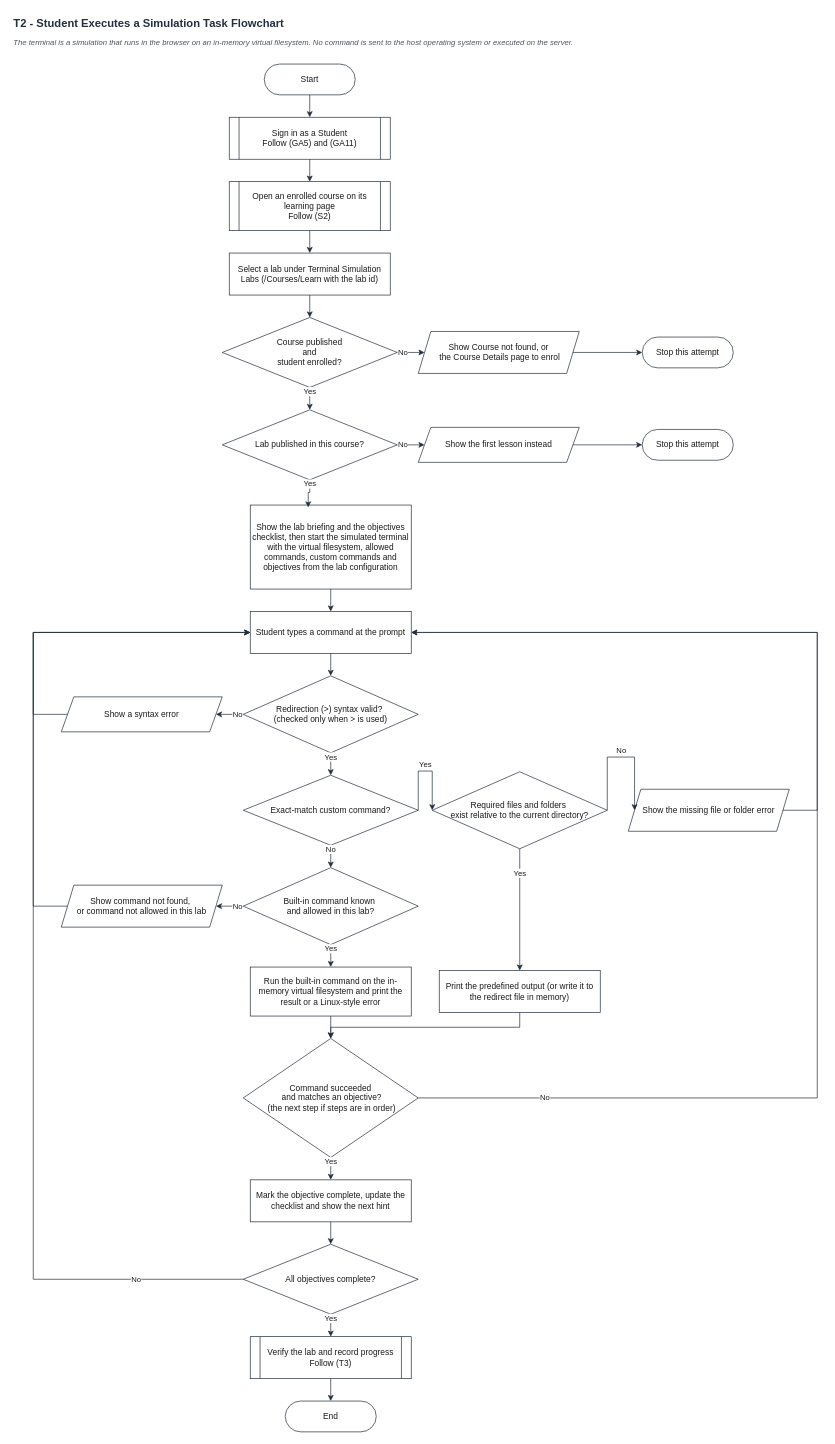
Above: UML DIAGRAMS/HackAcad_Terminal_Flowcharts/HackAcad_T2_Student_Execute_Simulation.drawio in pikaitoh/HackAcad.Web (draw.io), before the change. Source tidied: cells renumbered, new cells numbered last; positions are measured from the earlier drawing's top-left corner, leaving out a move shared by most shapes. Both pictures are drawn from the tidied source at 70%, with x=0, y=0 at pixel (12, 12).
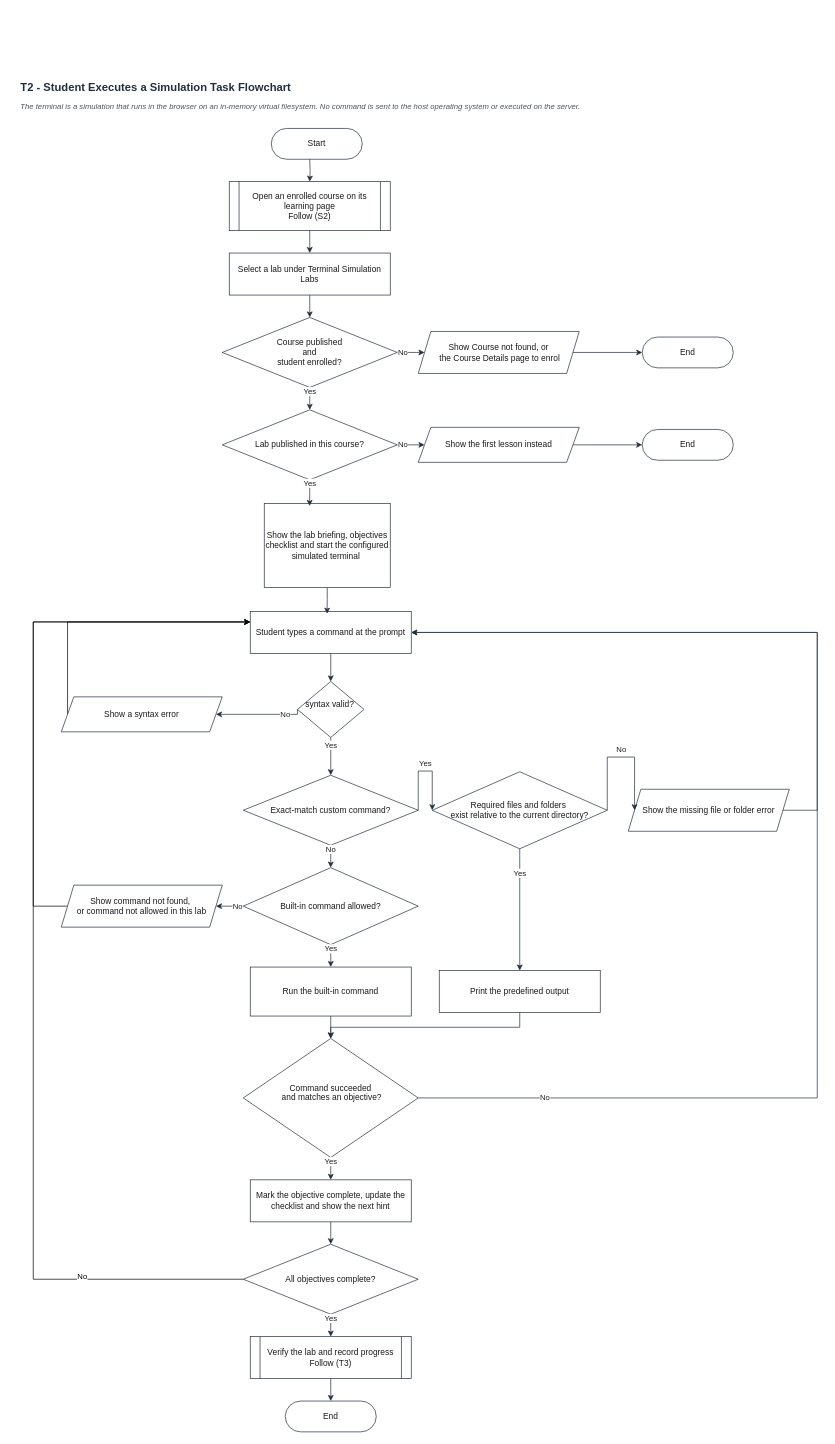
The same page after the edit.

Commit message (it also covers changes not shown here):
simplified workflow for terminal module

The change refers to these unchanged cells:
```xml
<mxCell id="6" value="Open an enrolled course on its learning page&lt;br&gt;Follow (S2)" style="shape=process;backgroundOutline=1;size=0.06;whiteSpace=wrap;html=1;fontFamily=Helvetica;fontSize=12;fontColor=#1A1A1A;strokeColor=#232F3E;fillColor=#FFFFFF;strokeWidth=1;" parent="1" vertex="1">
  <mxGeometry x="310" y="242" width="230" height="70" as="geometry" />
</mxCell>
<mxCell id="15" value="Student types a command at the prompt" style="rounded=0;whiteSpace=wrap;html=1;fontFamily=Helvetica;fontSize=12;fontColor=#1A1A1A;strokeColor=#232F3E;fillColor=#FFFFFF;strokeWidth=1;" parent="1" vertex="1">
  <mxGeometry x="340" y="856" width="230" height="60" as="geometry" />
</mxCell>
<mxCell id="17" value="Show a syntax error" style="shape=parallelogram;perimeter=parallelogramPerimeter;fixedSize=1;size=18;whiteSpace=wrap;html=1;fontFamily=Helvetica;fontSize=12;fontColor=#1A1A1A;strokeColor=#232F3E;fillColor=#FFFFFF;strokeWidth=1;" parent="1" vertex="1">
  <mxGeometry x="70" y="978" width="230" height="50" as="geometry" />
</mxCell>
<mxCell id="22" value="&lt;div&gt;Show command not found,&amp;nbsp;&lt;/div&gt;&lt;div&gt;or command not allowed in this lab&lt;/div&gt;" style="shape=parallelogram;perimeter=parallelogramPerimeter;fixedSize=1;size=18;whiteSpace=wrap;html=1;fontFamily=Helvetica;fontSize=12;fontColor=#1A1A1A;strokeColor=#232F3E;fillColor=#FFFFFF;strokeWidth=1;" parent="1" vertex="1">
  <mxGeometry x="70" y="1247" width="230" height="60" as="geometry" />
</mxCell>
<mxCell id="27" value="All objectives complete?" style="rhombus;whiteSpace=wrap;html=1;fontFamily=Helvetica;fontSize=12;fontColor=#1A1A1A;strokeColor=#232F3E;fillColor=#FFFFFF;strokeWidth=1;" parent="1" vertex="1">
  <mxGeometry x="330" y="1760" width="250" height="100" as="geometry" />
</mxCell>
```

The edit, as a diff of the source:
```diff
@@
     <mxCell id="2" value="T2 - Student Executes a Simulation Task Flowchart" style="text;html=1;align=left;verticalAlign=middle;whiteSpace=wrap;fontFamily=Helvetica;fontSize=16;fontStyle=1;fontColor=#232F3E;strokeColor=none;fillColor=none;" parent="1" vertex="1">
-      <mxGeometry width="1120" height="30" as="geometry" />
+      <mxGeometry x="10" y="92" width="1120" height="30" as="geometry" />
     </mxCell>
     <mxCell id="3" value="The terminal is a simulation that runs in the browser on an in-memory virtual filesystem. No command is sent to the host operating system or executed on the server." style="text;html=1;align=left;verticalAlign=top;whiteSpace=wrap;fontFamily=Helvetica;fontSize=11;fontStyle=2;fontColor=#4B5563;strokeColor=none;fillColor=none;" parent="1" vertex="1">
-      <mxGeometry y="30" width="1120" height="30" as="geometry" />
+      <mxGeometry x="10" y="122" width="1120" height="30" as="geometry" />
     </mxCell>
     <mxCell id="4" value="Start" style="rounded=1;arcSize=50;whiteSpace=wrap;html=1;fontFamily=Helvetica;fontSize=12;fontColor=#1A1A1A;strokeColor=#232F3E;fillColor=#FFFFFF;strokeWidth=1;" parent="1" vertex="1">
-      <mxGeometry x="360" y="74" width="130" height="44" as="geometry" />
+      <mxGeometry x="370" y="166" width="130" height="44" as="geometry" />
     </mxCell>
-    <mxCell id="5" value="Sign in as a Student&lt;br&gt;Follow (GA5) and (GA11)" style="shape=process;backgroundOutline=1;size=0.06;whiteSpace=wrap;html=1;fontFamily=Helvetica;fontSize=12;fontColor=#1A1A1A;strokeColor=#232F3E;fillColor=#FFFFFF;strokeWidth=1;" parent="1" vertex="1">
-      <mxGeometry x="310" y="150" width="230" height="60" as="geometry" />
-    </mxCell>
@@
-    <mxCell id="7" value="Select a lab under Terminal Simulation Labs (/Courses/Learn with the lab id)" style="rounded=0;whiteSpace=wrap;html=1;fontFamily=Helvetica;fontSize=12;fontColor=#1A1A1A;strokeColor=#232F3E;fillColor=#FFFFFF;strokeWidth=1;" parent="1" vertex="1">
+    <mxCell id="7" value="Select a lab under Terminal Simulation Labs" style="rounded=0;whiteSpace=wrap;html=1;fontFamily=Helvetica;fontSize=12;fontColor=#1A1A1A;strokeColor=#232F3E;fillColor=#FFFFFF;strokeWidth=1;" parent="1" vertex="1">
       <mxGeometry x="310" y="344" width="230" height="60" as="geometry" />
     </mxCell>
@@
-    <mxCell id="10" value="Stop this attempt" style="rounded=1;arcSize=50;whiteSpace=wrap;html=1;fontFamily=Helvetica;fontSize=12;fontColor=#1A1A1A;strokeColor=#232F3E;fillColor=#FFFFFF;strokeWidth=1;" parent="1" vertex="1">
+    <mxCell id="10" value="End" style="rounded=1;arcSize=50;whiteSpace=wrap;html=1;fontFamily=Helvetica;fontSize=12;fontColor=#1A1A1A;strokeColor=#232F3E;fillColor=#FFFFFF;strokeWidth=1;" parent="1" vertex="1">
       <mxGeometry x="900" y="464" width="130" height="44" as="geometry" />
     </mxCell>
@@
-    <mxCell id="13" value="Stop this attempt" style="rounded=1;arcSize=50;whiteSpace=wrap;html=1;fontFamily=Helvetica;fontSize=12;fontColor=#1A1A1A;strokeColor=#232F3E;fillColor=#FFFFFF;strokeWidth=1;" parent="1" vertex="1">
+    <mxCell id="13" value="End" style="rounded=1;arcSize=50;whiteSpace=wrap;html=1;fontFamily=Helvetica;fontSize=12;fontColor=#1A1A1A;strokeColor=#232F3E;fillColor=#FFFFFF;strokeWidth=1;" parent="1" vertex="1">
       <mxGeometry x="900" y="596" width="130" height="44" as="geometry" />
     </mxCell>
-    <mxCell id="14" value="Show the lab briefing and the objectives checklist, then start the simulated terminal with the virtual filesystem, allowed commands, custom commands and objectives from the lab configuration" style="rounded=0;whiteSpace=wrap;html=1;fontFamily=Helvetica;fontSize=12;fontColor=#1A1A1A;strokeColor=#232F3E;fillColor=#FFFFFF;strokeWidth=1;" parent="1" vertex="1">
-      <mxGeometry x="340" y="704" width="230" height="120" as="geometry" />
+    <mxCell id="14" value="Show the lab briefing, objectives checklist and start the configured simulated terminal&amp;nbsp;" style="rounded=0;whiteSpace=wrap;html=1;fontFamily=Helvetica;fontSize=12;fontColor=#1A1A1A;strokeColor=#232F3E;fillColor=#FFFFFF;strokeWidth=1;" parent="1" vertex="1">
+      <mxGeometry x="360" y="702" width="180" height="120" as="geometry" />
     </mxCell>
@@
-    <mxCell id="16" value="&lt;div&gt;Redirection (&amp;gt;) syntax valid?&amp;nbsp;&lt;/div&gt;&lt;div&gt;(checked only when &amp;gt; is used)&lt;/div&gt;" style="rhombus;whiteSpace=wrap;html=1;fontFamily=Helvetica;fontSize=12;fontColor=#1A1A1A;strokeColor=#232F3E;fillColor=#FFFFFF;strokeWidth=1;" parent="1" vertex="1">
-      <mxGeometry x="330" y="948" width="250" height="110" as="geometry" />
+    <mxCell id="16" value="&lt;div&gt;syntax valid?&amp;nbsp;&lt;/div&gt;&lt;div&gt;&lt;br&gt;&lt;/div&gt;" style="rhombus;whiteSpace=wrap;html=1;fontFamily=Helvetica;fontSize=12;fontColor=#1A1A1A;strokeColor=#232F3E;fillColor=#FFFFFF;strokeWidth=1;" parent="1" vertex="1">
+      <mxGeometry x="407.5" y="956" width="95" height="80" as="geometry" />
     </mxCell>
+    <mxCell id="43" style="edgeStyle=orthogonalEdgeStyle;rounded=0;jettySize=auto;html=1;exitX=0;exitY=0.5;exitDx=0;exitDy=0;entryX=0;entryY=0.25;entryDx=0;entryDy=0;defaultLabelBackgroundColor=page;" parent="1" edge="1" source="17" target="15">
+      <mxGeometry relative="1" as="geometry">
+        <Array as="points">
+          <mxPoint x="79" y="871" />
+        </Array>
+      </mxGeometry>
+    </mxCell>
@@
-    <mxCell id="21" value="&lt;div&gt;Built-in command known&amp;nbsp;&lt;/div&gt;&lt;div&gt;and allowed in this lab?&lt;/div&gt;" style="rhombus;whiteSpace=wrap;html=1;fontFamily=Helvetica;fontSize=12;fontColor=#1A1A1A;strokeColor=#232F3E;fillColor=#FFFFFF;strokeWidth=1;" parent="1" vertex="1">
+    <mxCell id="21" value="&lt;div&gt;Built-in command allowed?&lt;/div&gt;" style="rhombus;whiteSpace=wrap;html=1;fontFamily=Helvetica;fontSize=12;fontColor=#1A1A1A;strokeColor=#232F3E;fillColor=#FFFFFF;strokeWidth=1;" parent="1" vertex="1">
       <mxGeometry x="330" y="1222" width="250" height="110" as="geometry" />
     </mxCell>
+    <mxCell id="51" style="edgeStyle=orthogonalEdgeStyle;rounded=0;jettySize=auto;html=1;exitX=0;exitY=0.5;exitDx=0;exitDy=0;entryX=0;entryY=0.25;entryDx=0;entryDy=0;defaultLabelBackgroundColor=page;" parent="1" edge="1" source="22" target="15">
+      <mxGeometry relative="1" as="geometry">
+        <Array as="points">
+          <mxPoint x="30" y="1277" />
+          <mxPoint x="30" y="871" />
+        </Array>
+      </mxGeometry>
+    </mxCell>
@@
-    <mxCell id="23" value="Run the built-in command on the in-memory virtual filesystem and print the result or a Linux-style error" style="rounded=0;whiteSpace=wrap;html=1;fontFamily=Helvetica;fontSize=12;fontColor=#1A1A1A;strokeColor=#232F3E;fillColor=#FFFFFF;strokeWidth=1;" parent="1" vertex="1">
+    <mxCell id="23" value="Run the built-in command" style="rounded=0;whiteSpace=wrap;html=1;fontFamily=Helvetica;fontSize=12;fontColor=#1A1A1A;strokeColor=#232F3E;fillColor=#FFFFFF;strokeWidth=1;" parent="1" vertex="1">
       <mxGeometry x="340" y="1364" width="230" height="70" as="geometry" />
     </mxCell>
-    <mxCell id="24" value="Print the predefined output (or write it to the redirect file in memory)" style="rounded=0;whiteSpace=wrap;html=1;fontFamily=Helvetica;fontSize=12;fontColor=#1A1A1A;strokeColor=#232F3E;fillColor=#FFFFFF;strokeWidth=1;" parent="1" vertex="1">
+    <mxCell id="24" value="Print the predefined output" style="rounded=0;whiteSpace=wrap;html=1;fontFamily=Helvetica;fontSize=12;fontColor=#1A1A1A;strokeColor=#232F3E;fillColor=#FFFFFF;strokeWidth=1;" parent="1" vertex="1">
       <mxGeometry x="610" y="1369" width="230" height="60" as="geometry" />
     </mxCell>
-    <mxCell id="25" value="&lt;div&gt;Command succeeded&lt;/div&gt;&lt;div&gt;&amp;nbsp;and matches an objective?&lt;/div&gt;&lt;div&gt;&amp;nbsp;(the next step if steps are in order)&lt;/div&gt;" style="rhombus;whiteSpace=wrap;html=1;fontFamily=Helvetica;fontSize=12;fontColor=#1A1A1A;strokeColor=#232F3E;fillColor=#FFFFFF;strokeWidth=1;" parent="1" vertex="1">
+    <mxCell id="25" value="&lt;div&gt;Command succeeded&lt;/div&gt;&lt;div&gt;&amp;nbsp;and matches an objective?&lt;/div&gt;&lt;div&gt;&lt;br&gt;&lt;/div&gt;" style="rhombus;whiteSpace=wrap;html=1;fontFamily=Helvetica;fontSize=12;fontColor=#1A1A1A;strokeColor=#232F3E;fillColor=#FFFFFF;strokeWidth=1;" parent="1" vertex="1">
       <mxGeometry x="330" y="1466" width="250" height="170" as="geometry" />
     </mxCell>
@@
+    <mxCell id="61" style="edgeStyle=orthogonalEdgeStyle;rounded=0;jettySize=auto;html=1;exitX=0;exitY=0.5;exitDx=0;exitDy=0;entryX=0;entryY=0.25;entryDx=0;entryDy=0;defaultLabelBackgroundColor=page;" parent="1" edge="1" source="27" target="15">
+      <mxGeometry relative="1" as="geometry">
+        <Array as="points">
+          <mxPoint x="30" y="1810" />
+          <mxPoint x="30" y="871" />
+        </Array>
+      </mxGeometry>
+    </mxCell>
+    <mxCell id="58" value="No" style="edgeLabel;html=1;align=center;verticalAlign=middle;inheritText=1;defaultLabelBackgroundColor=page;" parent="61" vertex="1">
+      <mxGeometry x="-0.7" y="-5" relative="1" as="geometry">
+        <mxPoint x="1" as="offset" />
+      </mxGeometry>
+    </mxCell>
@@
-    <mxCell id="30" style="edgeStyle=orthogonalEdgeStyle;rounded=0;html=1;endArrow=classic;endSize=6;fontFamily=Helvetica;fontSize=11;fontColor=#1A1A1A;strokeColor=#232F3E;strokeWidth=1;labelBackgroundColor=#FFFFFF;exitX=0.5;exitY=1;exitDx=0;exitDy=0;entryX=0.5;entryY=0;entryDx=0;entryDy=0;" parent="1" edge="1" source="4" target="5">
-      <mxGeometry relative="1" as="geometry" />
-    </mxCell>
-    <mxCell id="31" style="edgeStyle=orthogonalEdgeStyle;rounded=0;html=1;endArrow=classic;endSize=6;fontFamily=Helvetica;fontSize=11;fontColor=#1A1A1A;strokeColor=#232F3E;strokeWidth=1;labelBackgroundColor=#FFFFFF;exitX=0.5;exitY=1;exitDx=0;exitDy=0;entryX=0.5;entryY=0;entryDx=0;entryDy=0;" parent="1" edge="1" source="5" target="6">
-      <mxGeometry relative="1" as="geometry" />
+    <mxCell id="31" style="edgeStyle=orthogonalEdgeStyle;rounded=0;html=1;endArrow=classic;endSize=6;fontFamily=Helvetica;fontSize=11;fontColor=#1A1A1A;strokeColor=#232F3E;strokeWidth=1;labelBackgroundColor=#FFFFFF;exitX=0.5;exitY=1;exitDx=0;exitDy=0;entryX=0.5;entryY=0;entryDx=0;entryDy=0;" parent="1" edge="1" target="6">
+      <mxGeometry relative="1" as="geometry">
+        <mxPoint x="425" y="210" as="sourcePoint" />
+      </mxGeometry>
     </mxCell>
@@
-    <mxCell id="40" style="edgeStyle=orthogonalEdgeStyle;rounded=0;html=1;endArrow=classic;endSize=6;fontFamily=Helvetica;fontSize=11;fontColor=#1A1A1A;strokeColor=#232F3E;strokeWidth=1;labelBackgroundColor=#FFFFFF;exitX=0.5;exitY=1;exitDx=0;exitDy=0;entryX=0.5;entryY=0;entryDx=0;entryDy=0;" parent="1" edge="1" source="14" target="15">
+    <mxCell id="40" style="edgeStyle=orthogonalEdgeStyle;rounded=0;html=1;endArrow=classic;endSize=6;fontFamily=Helvetica;fontSize=11;fontColor=#1A1A1A;strokeColor=#232F3E;strokeWidth=1;labelBackgroundColor=#FFFFFF;exitX=0.5;exitY=1;exitDx=0;exitDy=0;entryX=0.477;entryY=0.053;entryDx=0;entryDy=0;entryPerimeter=0;" parent="1" edge="1" source="14" target="15">
       <mxGeometry relative="1" as="geometry" />
     </mxCell>
@@
     <mxCell id="42" value="No" style="edgeStyle=orthogonalEdgeStyle;rounded=0;html=1;endArrow=classic;endSize=6;fontFamily=Helvetica;fontSize=11;fontColor=#1A1A1A;strokeColor=#232F3E;strokeWidth=1;labelBackgroundColor=#FFFFFF;exitX=0;exitY=0.5;exitDx=0;exitDy=0;entryX=1;entryY=0.5;entryDx=0;entryDy=0;" parent="1" edge="1" source="16" target="17">
-      <mxGeometry x="-0.6" relative="1" as="geometry" />
+      <mxGeometry x="-0.6" relative="1" as="geometry">
+        <Array as="points">
+          <mxPoint x="407.5" y="1003" />
+        </Array>
+      </mxGeometry>
     </mxCell>
-    <mxCell id="43" style="edgeStyle=orthogonalEdgeStyle;rounded=0;html=1;endArrow=classic;endSize=6;fontFamily=Helvetica;fontSize=11;fontColor=#1A1A1A;strokeColor=#232F3E;strokeWidth=1;labelBackgroundColor=#FFFFFF;exitX=0;exitY=0.5;exitDx=0;exitDy=0;entryX=0;entryY=0.5;entryDx=0;entryDy=0;" parent="1" edge="1" source="17" target="15">
-      <mxGeometry relative="1" as="geometry">
-        <Array as="points">
-          <mxPoint x="30" y="1003" />
-          <mxPoint x="30" y="886" />
-        </Array>
-      </mxGeometry>
-    </mxCell>
@@
-    <mxCell id="51" style="edgeStyle=orthogonalEdgeStyle;rounded=0;html=1;endArrow=classic;endSize=6;fontFamily=Helvetica;fontSize=11;fontColor=#1A1A1A;strokeColor=#232F3E;strokeWidth=1;labelBackgroundColor=#FFFFFF;exitX=0;exitY=0.5;exitDx=0;exitDy=0;entryX=0;entryY=0.5;entryDx=0;entryDy=0;" parent="1" edge="1" source="22" target="15">
-      <mxGeometry relative="1" as="geometry">
-        <Array as="points">
-          <mxPoint x="30" y="1277" />
-          <mxPoint x="30" y="886" />
-        </Array>
-      </mxGeometry>
-    </mxCell>
@@
-    <mxCell id="58" value="No" style="edgeStyle=orthogonalEdgeStyle;rounded=0;html=1;endArrow=classic;endSize=6;fontFamily=Helvetica;fontSize=11;fontColor=#1A1A1A;strokeColor=#232F3E;strokeWidth=1;labelBackgroundColor=#FFFFFF;exitX=0;exitY=0.5;exitDx=0;exitDy=0;entryX=0;entryY=0.5;entryDx=0;entryDy=0;" parent="1" edge="1" source="27" target="15">
-      <mxGeometry x="-0.8" relative="1" as="geometry">
-        <Array as="points">
-          <mxPoint x="30" y="1810" />
-          <mxPoint x="30" y="886" />
-        </Array>
-      </mxGeometry>
-    </mxCell>
```
